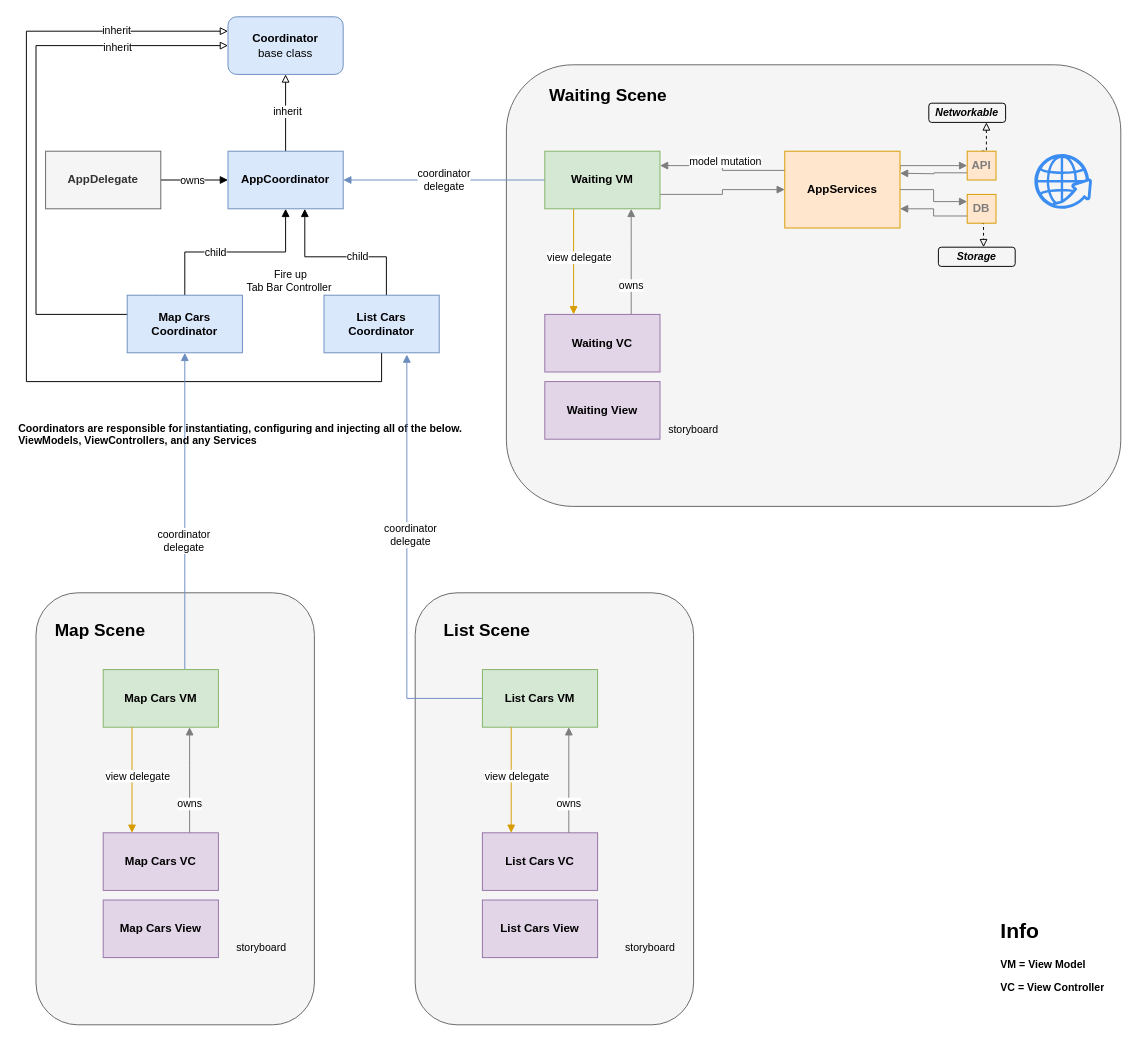
Earlier version of the draw.io diagram architecture_diagram.drawio (mamadfrhi/MapKitCodeChallenge). Source tidied: cells renumbered, new cells numbered last; positions are measured from the earlier drawing's top-left corner, leaving out a move shared by most shapes. Both pictures are drawn from the tidied source at 96%, with x=0, y=0 at pixel (16, 16).
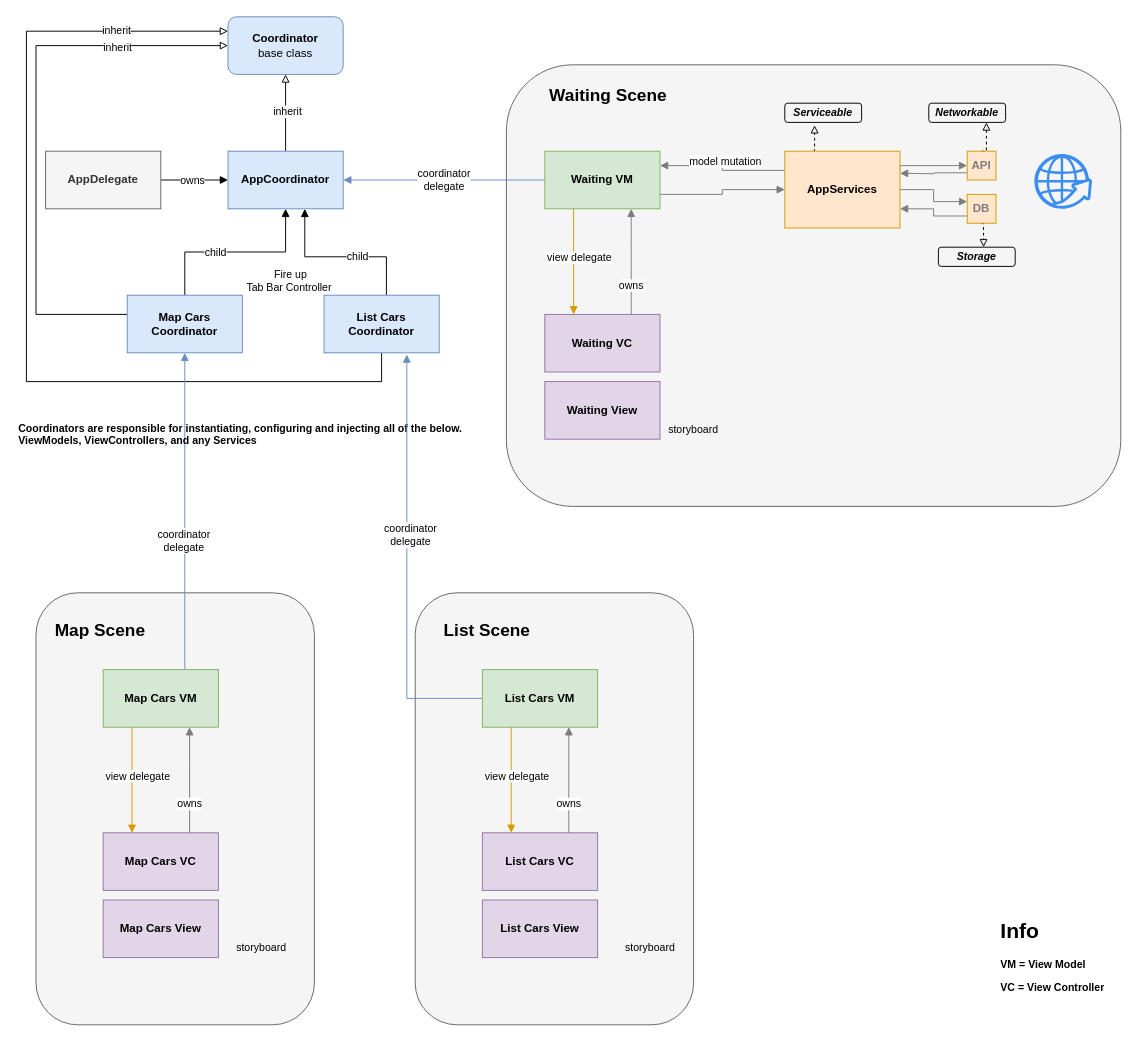
The same diagram, later.

The change refers to these unchanged cells:
```xml
<mxCell id="33" value="AppServices" style="rounded=0;whiteSpace=wrap;html=1;fontStyle=1;fillColor=#ffe6cc;strokeColor=#d79b00;" parent="1" vertex="1">
  <mxGeometry x="800" y="140" width="120" height="80" as="geometry" />
</mxCell>
```

What changed in the source:
```diff
@@
+    <mxCell id="69" style="edgeStyle=orthogonalEdgeStyle;rounded=0;jettySize=auto;html=1;exitX=0.25;exitY=0;exitDx=0;exitDy=0;entryX=0.388;entryY=1.15;entryDx=0;entryDy=0;entryPerimeter=0;endArrow=block;endFill=0;dashed=1;" parent="1" edge="1" source="33" target="70">
+      <mxGeometry relative="1" as="geometry" />
+    </mxCell>
@@
+    <mxCell id="70" value="&lt;b&gt;&lt;i&gt;Serviceable&lt;/i&gt;&lt;/b&gt;" style="rounded=1;whiteSpace=wrap;html=1;fillColor=none;fontSize=11;" parent="1" vertex="1">
+      <mxGeometry x="800" y="90" width="80" height="20" as="geometry" />
+    </mxCell>
```
